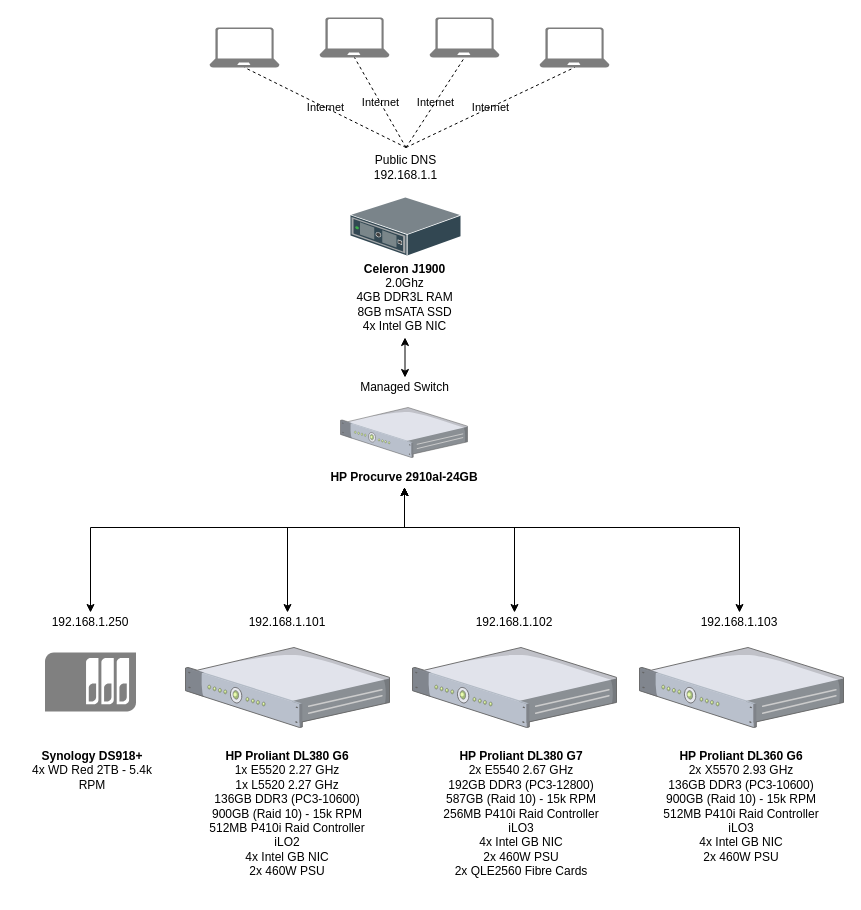
Before: documentation/images/homelab-architecture.drawio in 831jsh/homelab, a draw.io diagram. Source tidied: cells renumbered, new cells numbered last; positions are measured from the earlier drawing's top-left corner, leaving out a move shared by most shapes. Both pictures are drawn from the tidied source at 100%, with x=0, y=0 at pixel (17, 17).
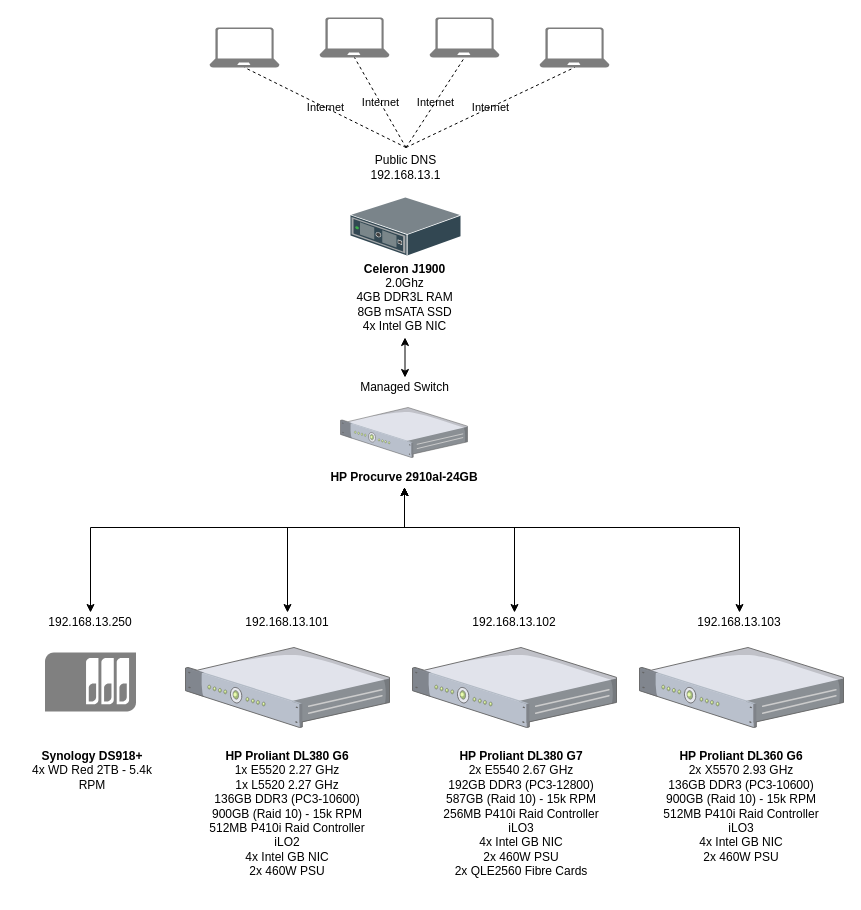
After the change.

Change to the diagram source:
```diff
@@
-    <mxCell id="12" value="192.168.1.101&lt;br&gt;" style="text;html=1;strokeColor=none;fillColor=none;align=center;verticalAlign=middle;whiteSpace=wrap;rounded=0;" parent="1" vertex="1">
+    <mxCell id="12" value="192.168.13.101&lt;br&gt;" style="text;html=1;strokeColor=none;fillColor=none;align=center;verticalAlign=middle;whiteSpace=wrap;rounded=0;" parent="1" vertex="1">
       <mxGeometry x="170" y="595" width="200" height="20" as="geometry" />
     </mxCell>
@@
-    <mxCell id="14" value="192.168.1.102" style="text;html=1;align=center;verticalAlign=middle;whiteSpace=wrap;rounded=0;" parent="1" vertex="1">
+    <mxCell id="14" value="192.168.13.102" style="text;html=1;align=center;verticalAlign=middle;whiteSpace=wrap;rounded=0;" parent="1" vertex="1">
       <mxGeometry x="397" y="595" width="200" height="20" as="geometry" />
     </mxCell>
@@
-    <mxCell id="16" value="192.168.1.103" style="text;html=1;strokeColor=none;fillColor=none;align=center;verticalAlign=middle;whiteSpace=wrap;rounded=0;" parent="1" vertex="1">
+    <mxCell id="16" value="192.168.13.103" style="text;html=1;strokeColor=none;fillColor=none;align=center;verticalAlign=middle;whiteSpace=wrap;rounded=0;" parent="1" vertex="1">
       <mxGeometry x="622" y="595" width="200" height="20" as="geometry" />
     </mxCell>
@@
-    <mxCell id="20" value="192.168.1.250&lt;br&gt;" style="text;html=1;strokeColor=none;fillColor=none;align=center;verticalAlign=middle;whiteSpace=wrap;rounded=0;" parent="1" vertex="1">
+    <mxCell id="20" value="192.168.13.250&lt;br&gt;" style="text;html=1;strokeColor=none;fillColor=none;align=center;verticalAlign=middle;whiteSpace=wrap;rounded=0;" parent="1" vertex="1">
       <mxGeometry x="18" y="595" width="110" height="20" as="geometry" />
     </mxCell>
@@
-    <mxCell id="27" value="Public DNS&lt;br&gt;192.168.1.1&lt;br&gt;" style="text;html=1;strokeColor=none;fillColor=none;align=center;verticalAlign=middle;whiteSpace=wrap;rounded=0;" parent="1" vertex="1">
+    <mxCell id="27" value="Public DNS&lt;br&gt;192.168.13.1&lt;br&gt;" style="text;html=1;strokeColor=none;fillColor=none;align=center;verticalAlign=middle;whiteSpace=wrap;rounded=0;" parent="1" vertex="1">
       <mxGeometry x="324" y="130" width="129" height="40" as="geometry" />
     </mxCell>
```
